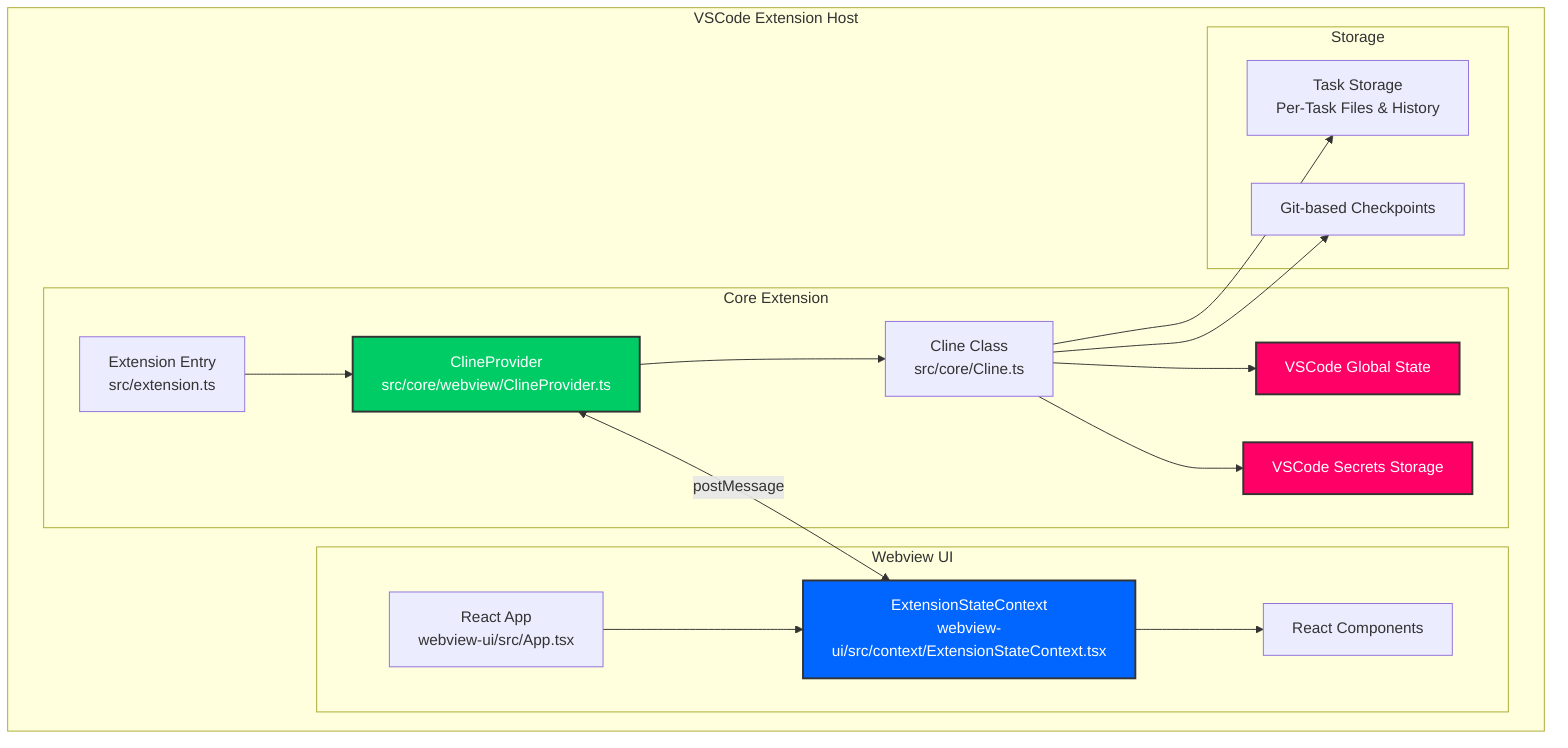
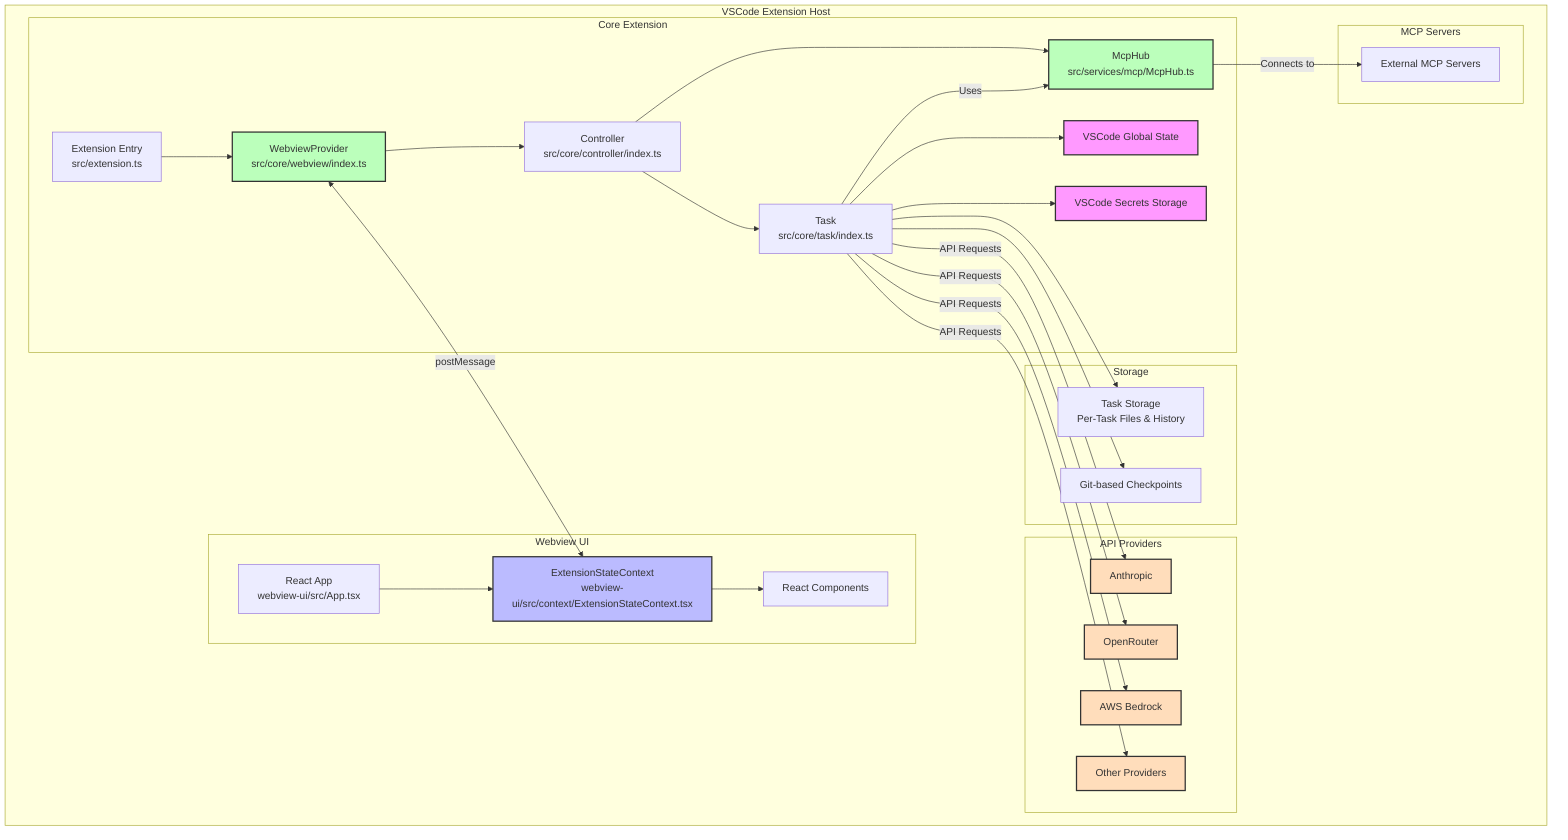
- graph TB
-     subgraph VSCode Extension Host
-         subgraph Core Extension
-             ExtensionEntry[Extension Entry<br/>src/extension.ts]
-             ClineProvider[ClineProvider<br/>src/core/webview/ClineProvider.ts]
-             ClineClass[Cline Class<br/>src/core/Cline.ts]
-             GlobalState[VSCode Global State]
-             SecretsStorage[VSCode Secrets Storage]
+ flowchart TB
+     subgraph "VSCode Extension Host"
+         subgraph "Core Extension"
+             ExtensionEntry["Extension Entry<br/>src/extension.ts"]
+             WebviewProvider["WebviewProvider<br/>src/core/webview/index.ts"]
+             Controller["Controller<br/>src/core/controller/index.ts"]
+             Task["Task<br/>src/core/task/index.ts"]
+             GlobalState["VSCode Global State"]
+             SecretsStorage["VSCode Secrets Storage"]
+             McpHub["McpHub<br/>src/services/mcp/McpHub.ts"]
        end

-         subgraph Webview UI
-             WebviewApp[React App<br/>webview-ui/src/App.tsx]
-             ExtStateContext[ExtensionStateContext<br/>webview-ui/src/context/ExtensionStateContext.tsx]
-             ReactComponents[React Components]
+         subgraph "Webview UI"
+             WebviewApp["React App<br/>webview-ui/src/App.tsx"]
+             ExtStateContext["ExtensionStateContext<br/>webview-ui/src/context/ExtensionStateContext.tsx"]
+             ReactComponents["React Components"]
        end

-         subgraph Storage
-             TaskStorage[Task Storage<br/>Per-Task Files & History]
-             CheckpointSystem[Git-based Checkpoints]
+         subgraph "Storage"
+             TaskStorage["Task Storage<br/>Per-Task Files & History"]
+             CheckpointSystem["Git-based Checkpoints"]
+         end
+ 
+         subgraph "API Providers"
+             AnthropicAPI["Anthropic"]
+             OpenRouterAPI["OpenRouter"]
+             BedrockAPI["AWS Bedrock"]
+             OtherAPIs["Other Providers"]
+         end
+ 
+         subgraph "MCP Servers"
+             ExternalMcpServers["External MCP Servers"]
        end
    end

    %% Core Extension Data Flow
-     ExtensionEntry --> ClineProvider
-     ClineProvider --> ClineClass
-     ClineClass --> GlobalState
-     ClineClass --> SecretsStorage
-     ClineClass --> TaskStorage
-     ClineClass --> CheckpointSystem
+     ExtensionEntry --> WebviewProvider
+     WebviewProvider --> Controller
+     Controller --> Task
+     Controller --> McpHub
+     Task --> GlobalState
+     Task --> SecretsStorage
+     Task --> TaskStorage
+     Task --> CheckpointSystem
+     Task --> |"API Requests"| AnthropicAPI
+     Task --> |"API Requests"| OpenRouterAPI
+     Task --> |"API Requests"| BedrockAPI
+     Task --> |"API Requests"| OtherAPIs
+     McpHub --> |"Connects to"| ExternalMcpServers
+     Task --> |"Uses"| McpHub

    %% Webview Data Flow
    WebviewApp --> ExtStateContext
    ExtStateContext --> ReactComponents

    %% Bidirectional Communication
-     ClineProvider <-->|postMessage| ExtStateContext
+     WebviewProvider <--> |"postMessage"| ExtStateContext

-     style GlobalState fill:#ff0066,stroke:#333,stroke-width:2px,color:#ffffff
-     style SecretsStorage fill:#ff0066,stroke:#333,stroke-width:2px,color:#ffffff
-     style ExtStateContext fill:#0066ff,stroke:#333,stroke-width:2px,color:#ffffff
-     style ClineProvider fill:#00cc66,stroke:#333,stroke-width:2px,color:#ffffff
+     classDef vscodeState fill:#f9f,stroke:#333,stroke-width:2px
+     classDef contextClass fill:#bbf,stroke:#333,stroke-width:2px
+     classDef providerClass fill:#bfb,stroke:#333,stroke-width:2px
+     classDef apiClass fill:#fdb,stroke:#333,stroke-width:2px
+ 
+     class GlobalState,SecretsStorage vscodeState
+     class ExtStateContext contextClass
+     class WebviewProvider,McpHub providerClass
+     class AnthropicAPI,OpenRouterAPI,BedrockAPI,OtherAPIs apiClass
